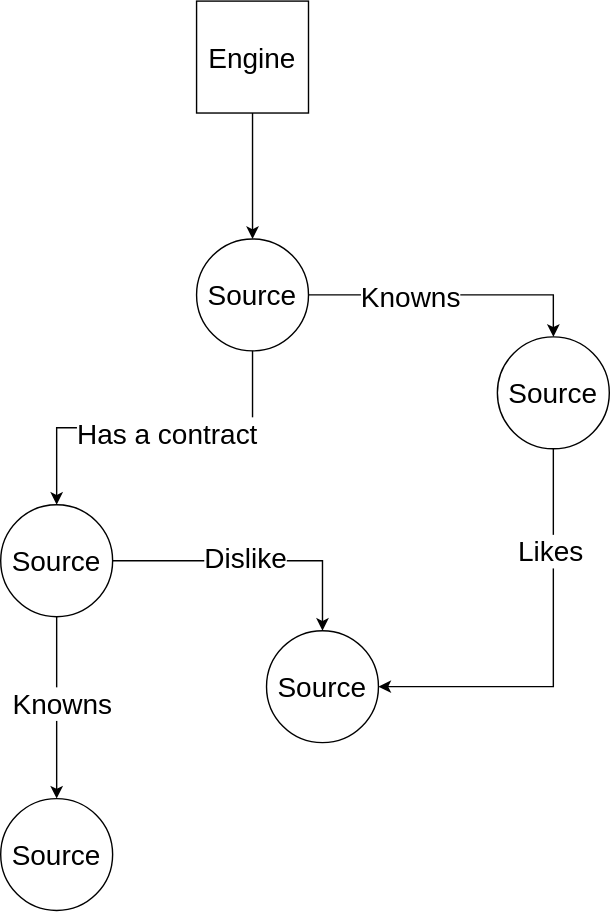
The draw.io diagram images/structured_environment.svg in constraintAutomaton/presentation-iswc-2023-doctoral-consortium-collaboravite-engine, before a commit. Source tidied: cells renumbered, new cells last; positions are measured from the earlier drawing's top-left corner, leaving out a move shared by most shapes. Its diagram source:
```xml
<mxGraphModel>
  <root>
    <mxCell id="0" />
    <mxCell id="1" parent="0" />
    <mxCell id="2" style="edgeStyle=orthogonalEdgeStyle;rounded=0;jettySize=auto;html=1;entryX=0.5;entryY=0;entryDx=0;entryDy=0;" parent="1" edge="1" source="3" target="6">
      <mxGeometry relative="1" as="geometry" />
    </mxCell>
    <mxCell id="3" value="&lt;font style=&quot;font-size: 20px;&quot;&gt;Engine&lt;/font&gt;" style="whiteSpace=wrap;html=1;" parent="1" vertex="1">
      <mxGeometry x="140" width="80" height="80" as="geometry" />
    </mxCell>
    <mxCell id="4" style="edgeStyle=orthogonalEdgeStyle;rounded=0;jettySize=auto;html=1;entryX=0.5;entryY=0;entryDx=0;entryDy=0;" parent="1" edge="1" source="6" target="12">
      <mxGeometry relative="1" as="geometry" />
    </mxCell>
    <mxCell id="5" value="&lt;font style=&quot;font-size: 20px;&quot;&gt;Knowns&lt;/font&gt;" style="edgeLabel;html=1;align=center;verticalAlign=middle;" parent="4" vertex="1">
      <mxGeometry x="-0.47" relative="1" as="geometry">
        <mxPoint x="18" as="offset" />
      </mxGeometry>
    </mxCell>
    <mxCell id="6" value="&lt;font style=&quot;font-size: 20px;&quot;&gt;Source&lt;/font&gt;" style="ellipse;whiteSpace=wrap;html=1;" parent="1" vertex="1">
      <mxGeometry x="140" y="170" width="80" height="80" as="geometry" />
    </mxCell>
    <mxCell id="7" value="&lt;font style=&quot;font-size: 20px;&quot;&gt;Source&lt;/font&gt;" style="ellipse;whiteSpace=wrap;html=1;" parent="1" vertex="1">
      <mxGeometry y="360" width="80" height="80" as="geometry" />
    </mxCell>
    <mxCell id="8" value="&lt;font style=&quot;font-size: 20px;&quot;&gt;Source&lt;/font&gt;" style="ellipse;whiteSpace=wrap;html=1;" parent="1" vertex="1">
      <mxGeometry x="190" y="450" width="80" height="80" as="geometry" />
    </mxCell>
    <mxCell id="9" value="&lt;font style=&quot;font-size: 20px;&quot;&gt;Source&lt;/font&gt;" style="ellipse;whiteSpace=wrap;html=1;" parent="1" vertex="1">
      <mxGeometry y="570" width="80" height="80" as="geometry" />
    </mxCell>
    <mxCell id="10" style="edgeStyle=orthogonalEdgeStyle;rounded=0;jettySize=auto;html=1;entryX=1;entryY=0.5;entryDx=0;entryDy=0;" parent="1" edge="1" source="12" target="8">
      <mxGeometry relative="1" as="geometry">
        <Array as="points">
          <mxPoint x="395" y="490" />
        </Array>
      </mxGeometry>
    </mxCell>
    <mxCell id="11" value="&lt;span style=&quot;font-size: 20px;&quot;&gt;Likes&lt;br&gt;&lt;/span&gt;" style="edgeLabel;html=1;align=center;verticalAlign=middle;" parent="10" vertex="1">
      <mxGeometry x="-0.5" y="-3" relative="1" as="geometry">
        <mxPoint y="-1" as="offset" />
      </mxGeometry>
    </mxCell>
    <mxCell id="12" value="&lt;font style=&quot;font-size: 20px;&quot;&gt;Source&lt;/font&gt;" style="ellipse;whiteSpace=wrap;html=1;" parent="1" vertex="1">
      <mxGeometry x="355" y="240" width="80" height="80" as="geometry" />
    </mxCell>
    <mxCell id="13" style="edgeStyle=orthogonalEdgeStyle;rounded=0;jettySize=auto;html=1;entryX=0.5;entryY=0;entryDx=0;entryDy=0;exitX=0.5;exitY=1;exitDx=0;exitDy=0;" parent="1" edge="1" source="6" target="7">
      <mxGeometry relative="1" as="geometry" />
    </mxCell>
    <mxCell id="14" value="Text" style="edgeLabel;html=1;align=center;verticalAlign=middle;" parent="13" vertex="1">
      <mxGeometry x="-0.02" y="1" relative="1" as="geometry" />
    </mxCell>
    <mxCell id="15" value="&lt;span style=&quot;font-size: 20px;&quot;&gt;Has a contract&lt;br&gt;&lt;/span&gt;" style="edgeLabel;html=1;align=center;verticalAlign=middle;" parent="13" vertex="1">
      <mxGeometry x="-0.06" y="3" relative="1" as="geometry" />
    </mxCell>
    <mxCell id="16" style="edgeStyle=orthogonalEdgeStyle;rounded=0;jettySize=auto;html=1;exitX=1;exitY=0.5;exitDx=0;exitDy=0;" parent="1" edge="1" source="7" target="8">
      <mxGeometry relative="1" as="geometry" />
    </mxCell>
    <mxCell id="17" value="Text" style="edgeLabel;html=1;align=center;verticalAlign=middle;" parent="16" vertex="1">
      <mxGeometry x="-0.02" y="1" relative="1" as="geometry" />
    </mxCell>
    <mxCell id="18" value="&lt;font style=&quot;font-size: 20px;&quot;&gt;Dislike&lt;/font&gt;" style="edgeLabel;html=1;align=center;verticalAlign=middle;" parent="16" vertex="1">
      <mxGeometry x="-0.06" y="3" relative="1" as="geometry" />
    </mxCell>
    <mxCell id="19" style="edgeStyle=orthogonalEdgeStyle;rounded=0;jettySize=auto;html=1;exitX=0.5;exitY=1;exitDx=0;exitDy=0;" parent="1" edge="1" source="7" target="9">
      <mxGeometry relative="1" as="geometry" />
    </mxCell>
    <mxCell id="20" value="Text" style="edgeLabel;html=1;align=center;verticalAlign=middle;" parent="19" vertex="1">
      <mxGeometry x="-0.02" y="1" relative="1" as="geometry" />
    </mxCell>
    <mxCell id="21" value="&lt;font style=&quot;font-size: 20px;&quot;&gt;Knowns&lt;/font&gt;" style="edgeLabel;html=1;align=center;verticalAlign=middle;" parent="19" vertex="1">
      <mxGeometry x="-0.06" y="3" relative="1" as="geometry" />
    </mxCell>
  </root>
</mxGraphModel>
```
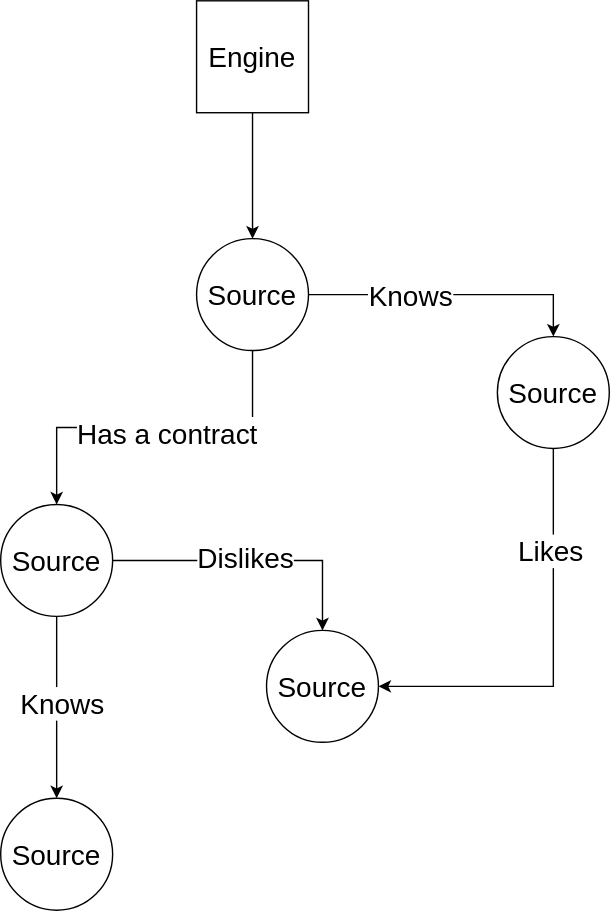
The same file after the commit.

Change to the diagram source:
```diff
@@ -11,7 +11,7 @@
     <mxCell id="4" style="edgeStyle=orthogonalEdgeStyle;rounded=0;jettySize=auto;html=1;entryX=0.5;entryY=0;entryDx=0;entryDy=0;" parent="1" edge="1" source="6" target="12">
       <mxGeometry relative="1" as="geometry" />
     </mxCell>
-    <mxCell id="5" value="&lt;font style=&quot;font-size: 20px;&quot;&gt;Knowns&lt;/font&gt;" style="edgeLabel;html=1;align=center;verticalAlign=middle;" parent="4" vertex="1">
+    <mxCell id="5" value="&lt;font style=&quot;font-size: 20px;&quot;&gt;Knows&lt;/font&gt;" style="edgeLabel;html=1;align=center;verticalAlign=middle;" parent="4" vertex="1">
       <mxGeometry x="-0.47" relative="1" as="geometry">
         <mxPoint x="18" as="offset" />
       </mxGeometry>
@@ -58,7 +58,7 @@
     <mxCell id="17" value="Text" style="edgeLabel;html=1;align=center;verticalAlign=middle;" parent="16" vertex="1">
       <mxGeometry x="-0.02" y="1" relative="1" as="geometry" />
     </mxCell>
-    <mxCell id="18" value="&lt;font style=&quot;font-size: 20px;&quot;&gt;Dislike&lt;/font&gt;" style="edgeLabel;html=1;align=center;verticalAlign=middle;" parent="16" vertex="1">
+    <mxCell id="18" value="&lt;font style=&quot;font-size: 20px;&quot;&gt;Dislikes&lt;/font&gt;" style="edgeLabel;html=1;align=center;verticalAlign=middle;" parent="16" vertex="1">
       <mxGeometry x="-0.06" y="3" relative="1" as="geometry" />
     </mxCell>
     <mxCell id="19" style="edgeStyle=orthogonalEdgeStyle;rounded=0;jettySize=auto;html=1;exitX=0.5;exitY=1;exitDx=0;exitDy=0;" parent="1" edge="1" source="7" target="9">
@@ -67,7 +67,7 @@
     <mxCell id="20" value="Text" style="edgeLabel;html=1;align=center;verticalAlign=middle;" parent="19" vertex="1">
       <mxGeometry x="-0.02" y="1" relative="1" as="geometry" />
     </mxCell>
-    <mxCell id="21" value="&lt;font style=&quot;font-size: 20px;&quot;&gt;Knowns&lt;/font&gt;" style="edgeLabel;html=1;align=center;verticalAlign=middle;" parent="19" vertex="1">
+    <mxCell id="21" value="&lt;font style=&quot;font-size: 20px;&quot;&gt;Knows&lt;/font&gt;" style="edgeLabel;html=1;align=center;verticalAlign=middle;" parent="19" vertex="1">
       <mxGeometry x="-0.06" y="3" relative="1" as="geometry" />
     </mxCell>
   </root>
```
